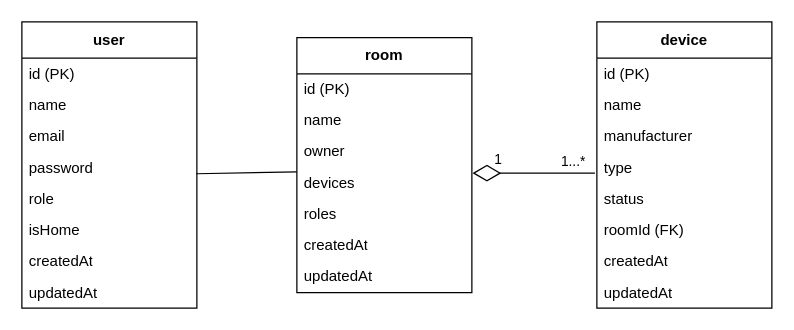
manuelhier/DHBW_Portfolio_VertSysteme keeps this draw.io diagram as smart-home-diagram.drawio. Above is the earlier version. Source tidied: cells renumbered, new cells numbered last; positions are measured from the earlier drawing's top-left corner, leaving out a move shared by most shapes. Both pictures are drawn from the tidied source at 125%, with x=0, y=0 at pixel (21, 21).
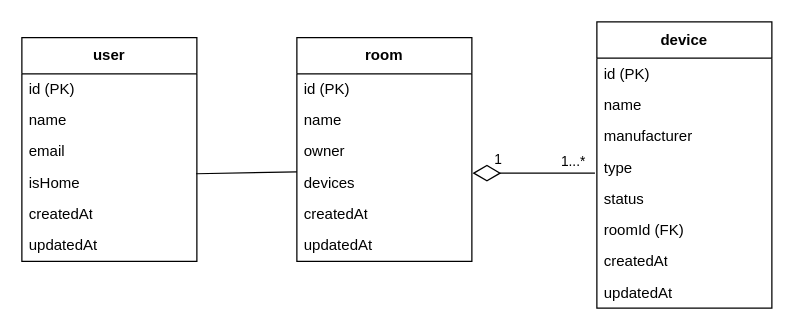
The same page after the edit.

Commit message (it also covers changes not shown here):
Remove role and password properties from model, routes, controller and diagram

The edit, as a diff of the source:
```diff
@@
-    <mxCell id="11" style="html=1;endArrow=none;endFill=0;entryX=0.996;entryY=0.7;entryDx=0;entryDy=0;entryPerimeter=0;" parent="1" edge="1" target="24">
+    <mxCell id="11" style="html=1;endArrow=none;endFill=0;entryX=0.996;entryY=0.7;entryDx=0;entryDy=0;entryPerimeter=0;startArrow=none;startFill=0;endSize=20;startSize=20;" parent="1" edge="1">
       <mxGeometry relative="1" as="geometry">
         <mxPoint x="220" y="120" as="sourcePoint" />
+        <mxPoint x="139.4" y="121.5" as="targetPoint" />
       </mxGeometry>
     </mxCell>
     <mxCell id="12" value="room" style="swimlane;fontStyle=1;align=center;verticalAlign=middle;horizontal=1;startSize=29;html=1;whiteSpace=wrap;" parent="1" vertex="1">
-      <mxGeometry x="220" y="12.5" width="140" height="204" as="geometry" />
+      <mxGeometry x="220" y="12.5" width="140" height="179" as="geometry" />
     </mxCell>
@@
-    <mxCell id="17" value="roles" style="text;html=1;strokeColor=none;fillColor=none;align=left;verticalAlign=middle;spacingLeft=4;spacingRight=4;overflow=hidden;whiteSpace=wrap;" parent="12" vertex="1">
-      <mxGeometry y="129" width="140" height="25" as="geometry" />
-    </mxCell>
     <mxCell id="18" value="createdAt" style="text;html=1;strokeColor=none;fillColor=none;align=left;verticalAlign=middle;spacingLeft=4;spacingRight=4;overflow=hidden;whiteSpace=wrap;" parent="12" vertex="1">
-      <mxGeometry y="154" width="140" height="25" as="geometry" />
+      <mxGeometry y="129" width="140" height="25" as="geometry" />
     </mxCell>
     <mxCell id="19" value="updatedAt" style="text;html=1;strokeColor=none;fillColor=none;align=left;verticalAlign=middle;spacingLeft=4;spacingRight=4;overflow=hidden;whiteSpace=wrap;" parent="12" vertex="1">
-      <mxGeometry y="179" width="140" height="25" as="geometry" />
+      <mxGeometry y="154" width="140" height="25" as="geometry" />
     </mxCell>
     <mxCell id="20" value="user" style="swimlane;fontStyle=1;align=center;verticalAlign=middle;horizontal=1;startSize=29;html=1;whiteSpace=wrap;" parent="1" vertex="1">
-      <mxGeometry width="140" height="229" as="geometry" />
+      <mxGeometry y="12.5" width="140" height="179" as="geometry" />
     </mxCell>
@@
-    <mxCell id="24" value="password" style="text;html=1;strokeColor=none;fillColor=none;align=left;verticalAlign=middle;spacingLeft=4;spacingRight=4;overflow=hidden;points=[[0,0.5],[1,0.5]];portConstraint=eastwest;whiteSpace=wrap;" parent="20" vertex="1">
-      <mxGeometry y="104" width="140" height="25" as="geometry" />
-    </mxCell>
-    <mxCell id="25" value="role" style="text;html=1;strokeColor=none;fillColor=none;align=left;verticalAlign=middle;spacingLeft=4;spacingRight=4;overflow=hidden;whiteSpace=wrap;" parent="20" vertex="1">
-      <mxGeometry y="129" width="140" height="25" as="geometry" />
-    </mxCell>
     <mxCell id="26" value="isHome" style="text;html=1;strokeColor=none;fillColor=none;align=left;verticalAlign=middle;spacingLeft=4;spacingRight=4;overflow=hidden;whiteSpace=wrap;" parent="20" vertex="1">
-      <mxGeometry y="154" width="140" height="25" as="geometry" />
+      <mxGeometry y="104" width="140" height="25" as="geometry" />
     </mxCell>
     <mxCell id="27" value="createdAt" style="text;html=1;strokeColor=none;fillColor=none;align=left;verticalAlign=middle;spacingLeft=4;spacingRight=4;overflow=hidden;whiteSpace=wrap;" parent="20" vertex="1">
-      <mxGeometry y="179" width="140" height="25" as="geometry" />
+      <mxGeometry y="129" width="140" height="25" as="geometry" />
     </mxCell>
     <mxCell id="28" value="updatedAt" style="text;html=1;strokeColor=none;fillColor=none;align=left;verticalAlign=middle;spacingLeft=4;spacingRight=4;overflow=hidden;whiteSpace=wrap;" parent="20" vertex="1">
-      <mxGeometry y="204" width="140" height="25" as="geometry" />
+      <mxGeometry y="154" width="140" height="25" as="geometry" />
     </mxCell>
```
